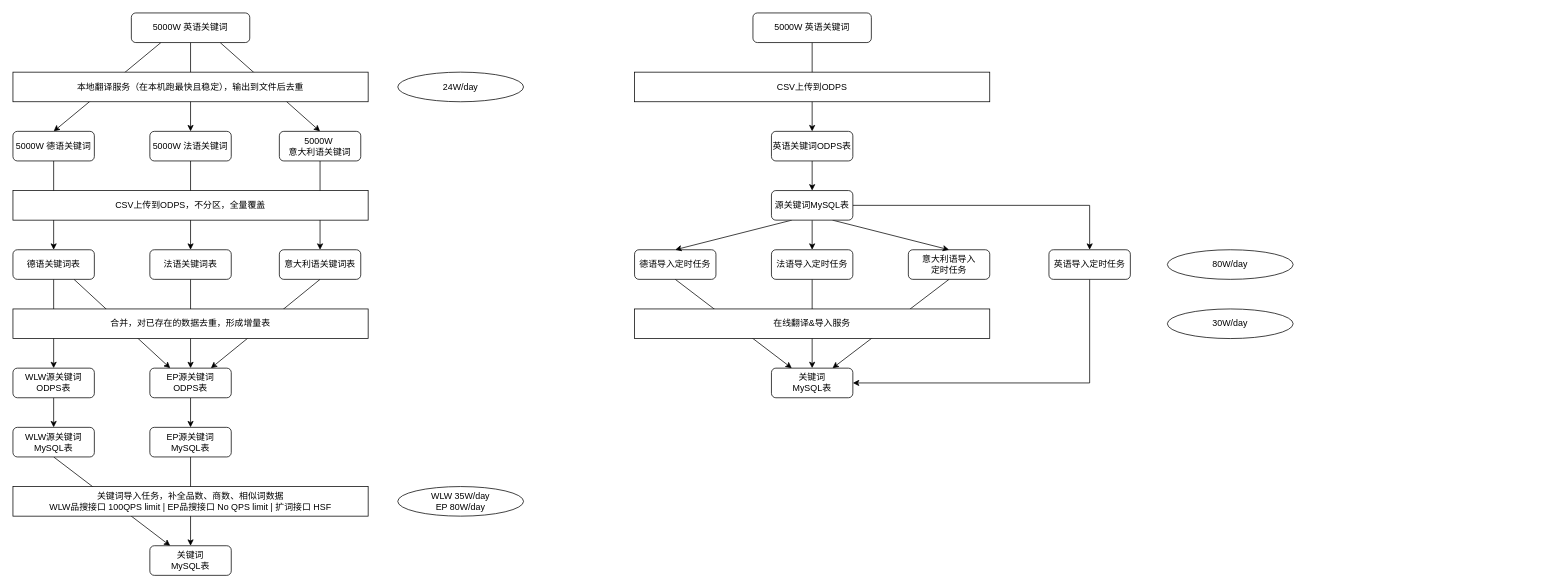
The draw.io diagram drawio/大数据量关键词导入.drawio in VisableHarry/seo-drawio, before the edit. Source tidied: cells renumbered, new cells numbered last; positions are measured from the earlier drawing's top-left corner, leaving out a move shared by most shapes. Both pictures are drawn from the tidied source at 74%, with x=0, y=0 at pixel (13, 13).
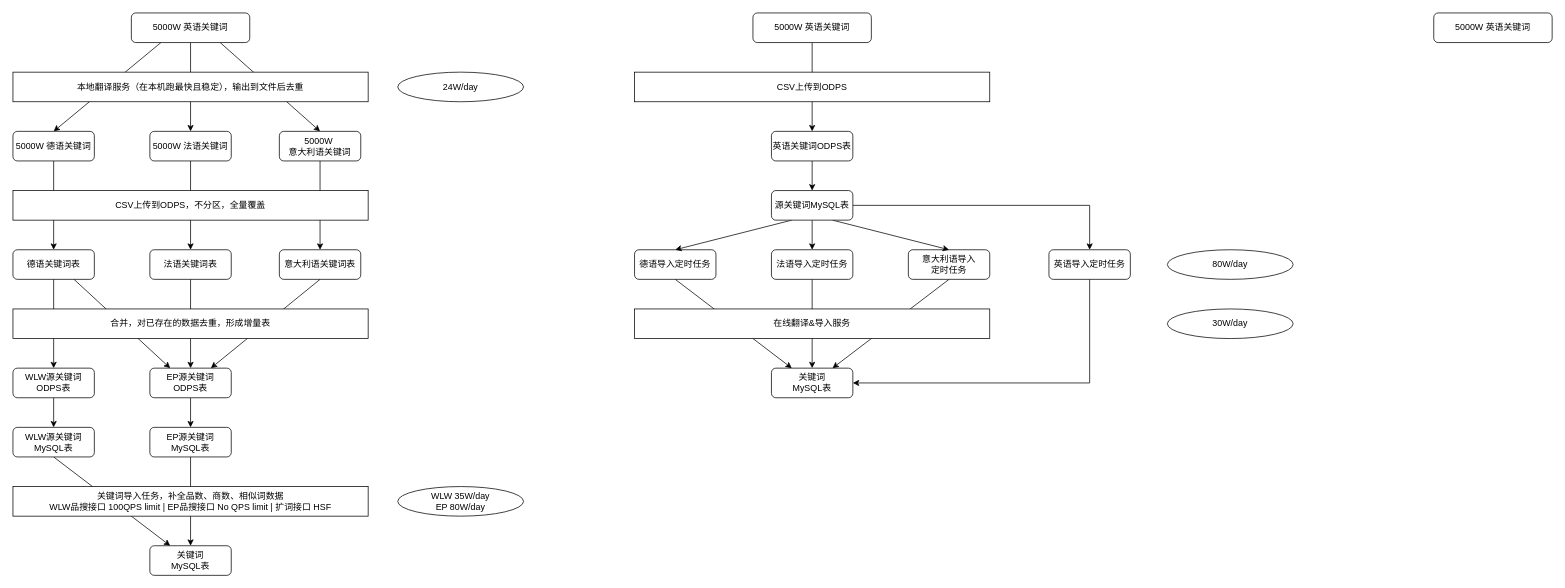
The same page after the edit.

Commit message:
更新大数据量关键词导入.drawio

The edit, as a diff of the source:
```diff
@@
+    <mxCell id="56" value="5000W 英语关键词" style="rounded=1;whiteSpace=wrap;html=1;" parent="1" vertex="1">
+      <mxGeometry x="1920" width="160" height="40" as="geometry" />
+    </mxCell>
```
